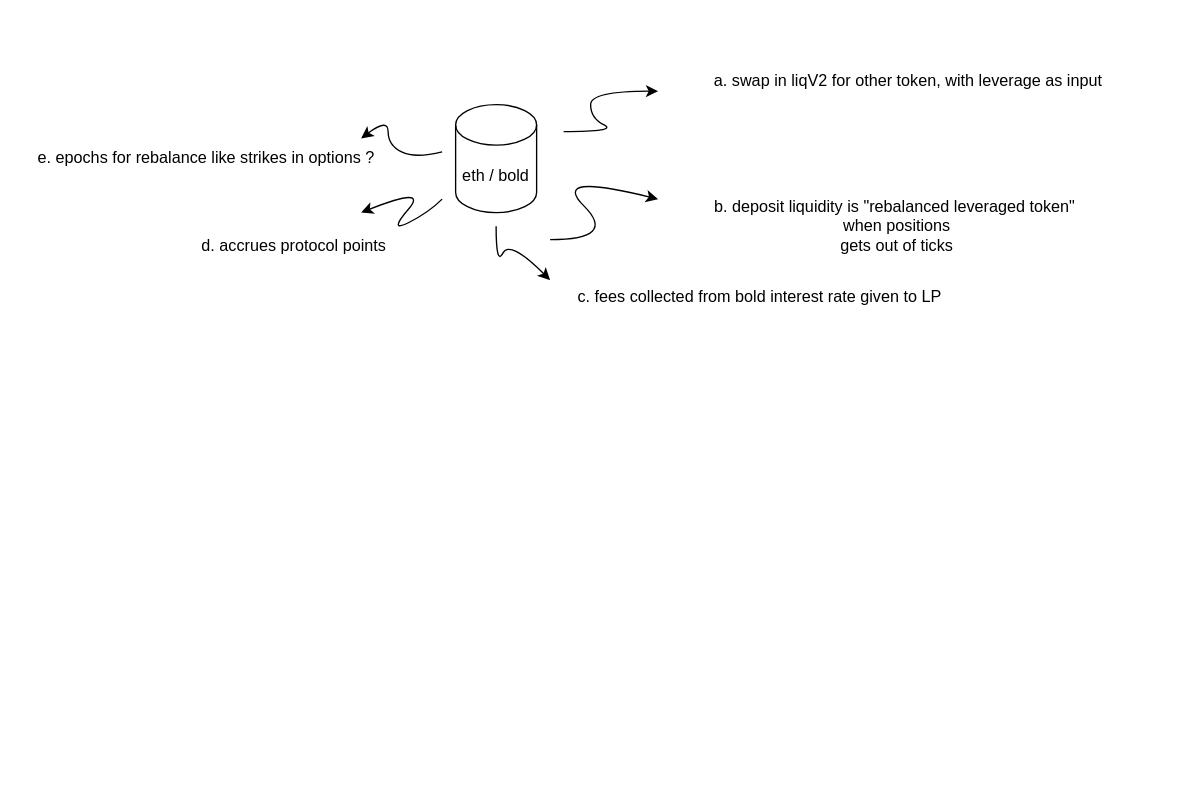
Earlier version of the draw.io diagram Diagrama sem nome.drawio (MiguelBits/limit-orders). Source tidied: cells renumbered, new cells numbered last; positions are measured from the earlier drawing's top-left corner, leaving out a move shared by most shapes. Both pictures are drawn from the tidied source at 135%, with x=0, y=0 at pixel (23, 63).
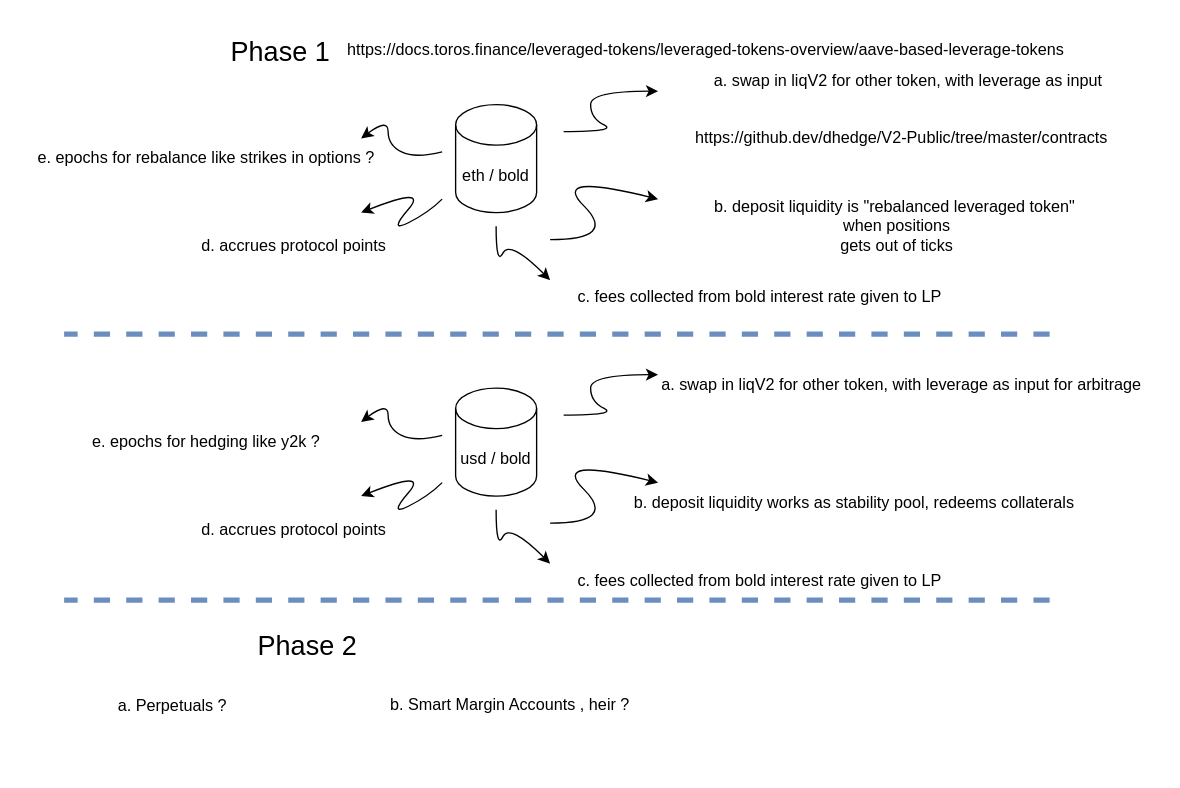
Above is the later version.

Diff of the diagram source:
```diff
@@
+    <mxCell id="13" value="usd / bold" style="shape=cylinder3;whiteSpace=wrap;html=1;boundedLbl=1;backgroundOutline=1;size=15;" parent="1" vertex="1">
+      <mxGeometry x="320" y="240" width="60" height="80" as="geometry" />
+    </mxCell>
+    <mxCell id="14" style="curved=1;endArrow=classic;html=1;rounded=0;" parent="1" edge="1">
+      <mxGeometry relative="1" as="geometry">
+        <mxPoint x="400" y="260" as="sourcePoint" />
+        <mxPoint x="470" y="230" as="targetPoint" />
+        <Array as="points">
+          <mxPoint x="440" y="260" />
+          <mxPoint x="420" y="250" />
+          <mxPoint x="420" y="230" />
+        </Array>
+      </mxGeometry>
+    </mxCell>
+    <mxCell id="15" value="a. swap in liqV2 for other token, with leverage as input for arbitrage&lt;div&gt;&lt;br&gt;&lt;/div&gt;" style="text;html=1;align=center;verticalAlign=middle;strokeColor=none;fillColor=none;" parent="1" vertex="1">
+      <mxGeometry x="460" y="225" width="380" height="40" as="geometry" />
+    </mxCell>
+    <mxCell id="16" style="curved=1;endArrow=classic;html=1;rounded=0;" parent="1" edge="1">
+      <mxGeometry relative="1" as="geometry">
+        <mxPoint x="390" y="340" as="sourcePoint" />
+        <mxPoint x="470" y="310" as="targetPoint" />
+        <Array as="points">
+          <mxPoint x="440" y="340" />
+          <mxPoint x="390" y="290" />
+        </Array>
+      </mxGeometry>
+    </mxCell>
+    <mxCell id="17" value="b&lt;span style=&quot;background-color: initial;&quot;&gt;. deposit liquidity works as stability pool, redeems collaterals&lt;/span&gt;" style="text;html=1;align=center;verticalAlign=middle;strokeColor=none;fillColor=none;" parent="1" vertex="1">
+      <mxGeometry x="440" y="310" width="350" height="30" as="geometry" />
+    </mxCell>
+    <mxCell id="18" style="curved=1;endArrow=classic;html=1;rounded=0;" parent="1" edge="1">
+      <mxGeometry relative="1" as="geometry">
+        <mxPoint x="350" y="330" as="sourcePoint" />
+        <mxPoint x="390" y="370" as="targetPoint" />
+        <Array as="points">
+          <mxPoint x="350" y="360" />
+          <mxPoint x="360" y="340" />
+        </Array>
+      </mxGeometry>
+    </mxCell>
+    <mxCell id="19" value="c. fees collected from bold interest rate given to LP" style="text;html=1;align=center;verticalAlign=middle;strokeColor=none;fillColor=none;" parent="1" vertex="1">
+      <mxGeometry x="400" y="368" width="290" height="30" as="geometry" />
+    </mxCell>
+    <mxCell id="20" style="curved=1;endArrow=classic;html=1;rounded=0;" parent="1" edge="1">
+      <mxGeometry relative="1" as="geometry">
+        <mxPoint x="310" y="310" as="sourcePoint" />
+        <mxPoint x="250" y="320" as="targetPoint" />
+        <Array as="points">
+          <mxPoint x="300" y="320" />
+          <mxPoint x="270" y="335" />
+          <mxPoint x="300" y="300" />
+        </Array>
+      </mxGeometry>
+    </mxCell>
+    <mxCell id="21" value="d. accrues protocol points" style="text;html=1;align=center;verticalAlign=middle;strokeColor=none;fillColor=none;" parent="1" vertex="1">
+      <mxGeometry x="120" y="330" width="160" height="30" as="geometry" />
+    </mxCell>
+    <mxCell id="22" style="curved=1;endArrow=classic;html=1;rounded=0;" parent="1" edge="1">
+      <mxGeometry relative="1" as="geometry">
+        <mxPoint x="310" y="275" as="sourcePoint" />
+        <mxPoint x="250" y="265" as="targetPoint" />
+        <Array as="points">
+          <mxPoint x="290" y="280" />
+          <mxPoint x="270" y="270" />
+          <mxPoint x="270" y="250" />
+        </Array>
+      </mxGeometry>
+    </mxCell>
+    <mxCell id="23" value="e. epochs for hedging like y2k ?" style="text;html=1;align=center;verticalAlign=middle;strokeColor=none;fillColor=none;" parent="1" vertex="1">
+      <mxGeometry x="40" y="265" width="190" height="30" as="geometry" />
+    </mxCell>
+    <mxCell id="24" value="&lt;font style=&quot;font-size: 20px;&quot;&gt;Phase 1&lt;/font&gt;" style="text;html=1;align=center;verticalAlign=middle;strokeColor=none;fillColor=none;" parent="1" vertex="1">
+      <mxGeometry x="140" y="-30" width="100" height="40" as="geometry" />
+    </mxCell>
+    <mxCell id="25" value="&lt;font style=&quot;font-size: 20px;&quot;&gt;Phase 2&lt;/font&gt;" style="text;html=1;align=center;verticalAlign=middle;strokeColor=none;fillColor=none;" parent="1" vertex="1">
+      <mxGeometry x="160" y="410" width="100" height="40" as="geometry" />
+    </mxCell>
+    <mxCell id="26" value="a. Perpetuals ?&lt;div&gt;&lt;br&gt;&lt;/div&gt;&lt;div&gt;&lt;br&gt;&lt;/div&gt;" style="text;html=1;align=center;verticalAlign=middle;strokeColor=none;fillColor=none;" parent="1" vertex="1">
+      <mxGeometry x="60" y="460" width="100" height="60" as="geometry" />
+    </mxCell>
+    <mxCell id="27" value="b. Smart Margin Accounts , heir ?" style="text;html=1;align=center;verticalAlign=middle;strokeColor=none;fillColor=none;" parent="1" vertex="1">
+      <mxGeometry x="260" y="460" width="200" height="30" as="geometry" />
+    </mxCell>
+    <mxCell id="28" style="endArrow=none;dashed=1;html=1;rounded=0;fillColor=#dae8fc;strokeColor=#6c8ebf;strokeWidth=4;" parent="1" edge="1">
+      <mxGeometry relative="1" as="geometry">
+        <mxPoint x="760" y="200" as="sourcePoint" />
+        <mxPoint x="30" y="200" as="targetPoint" />
+      </mxGeometry>
+    </mxCell>
+    <mxCell id="29" style="endArrow=none;dashed=1;html=1;rounded=0;fillColor=#dae8fc;strokeColor=#6c8ebf;strokeWidth=4;" parent="1" edge="1">
+      <mxGeometry relative="1" as="geometry">
+        <mxPoint x="760" y="397" as="sourcePoint" />
+        <mxPoint x="30" y="397" as="targetPoint" />
+      </mxGeometry>
+    </mxCell>
+    <mxCell id="30" value="https://docs.toros.finance/leveraged-tokens/leveraged-tokens-overview/aave-based-leverage-tokens" style="text;html=1;align=center;verticalAlign=middle;strokeColor=none;fillColor=none;" parent="1" vertex="1">
+      <mxGeometry x="230" y="-25" width="550" height="30" as="geometry" />
+    </mxCell>
+    <mxCell id="31" value="https://github.dev/dhedge/V2-Public/tree/master/contracts" style="text;html=1;align=center;verticalAlign=middle;strokeColor=none;fillColor=none;" parent="1" vertex="1">
+      <mxGeometry x="485" y="40" width="330" height="30" as="geometry" />
+    </mxCell>
```
